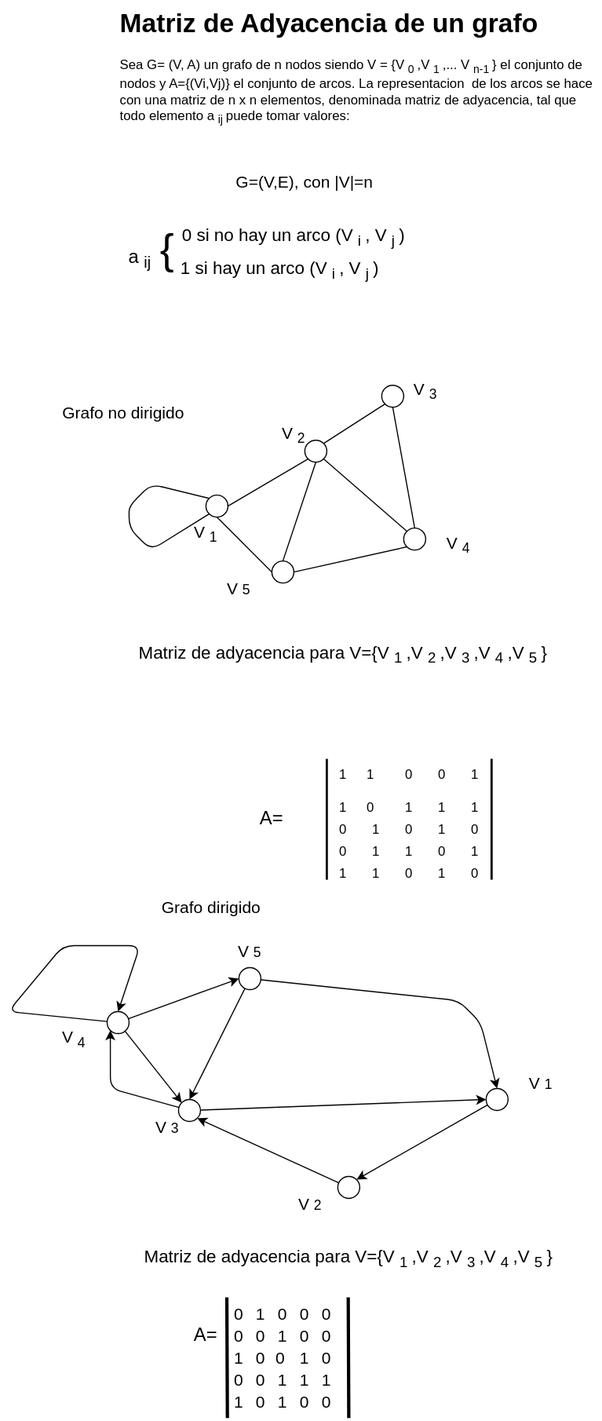
The draw.io diagram Estructura-de-datos/Grafos/Matriz-Adyacencia.drawio.svg in Nordcode-cyber/Algoritmos-Estructdatos, before a commit. Source tidied: cells renumbered, new cells last; positions are measured from the earlier drawing's top-left corner, leaving out a move shared by most shapes.
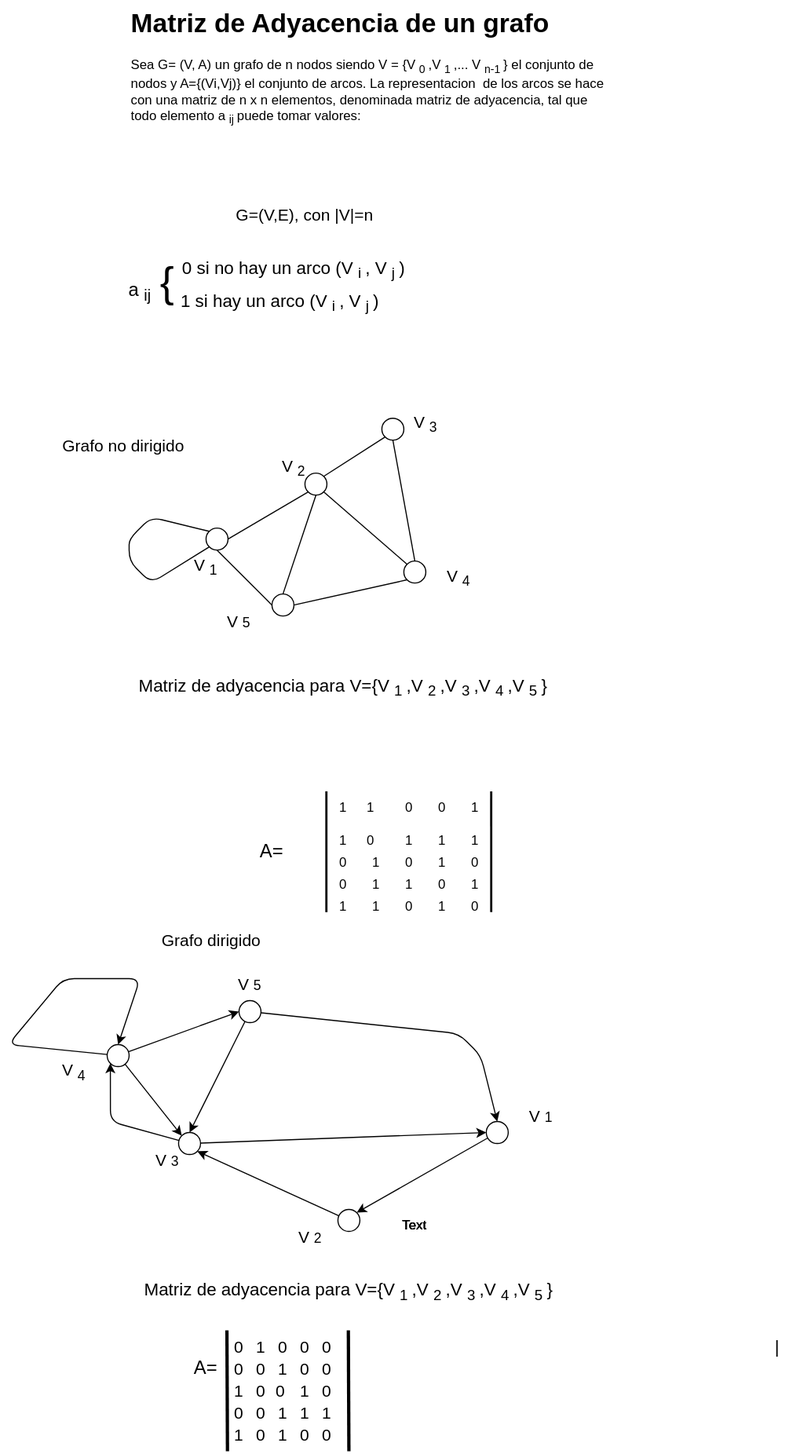
After the change.

The edit, as a diff of the source:
```diff
@@ -3,7 +3,7 @@
     <mxCell id="0" />
     <mxCell id="1" parent="0" />
     <mxCell id="2" value="&lt;h1 style=&quot;margin-top: 0px;&quot;&gt;&lt;font style=&quot;color: light-dark(rgb(0, 0, 0), rgb(0, 255, 128));&quot;&gt;Matriz de Adyacencia de un grafo&lt;/font&gt;&lt;/h1&gt;&lt;p&gt;&lt;font style=&quot;color: light-dark(rgb(0, 0, 0), rgb(0, 255, 128));&quot;&gt;Sea G= (V, A) un grafo de n nodos siendo V = {V&lt;sub&gt;0&lt;/sub&gt;,V&lt;sub&gt;1&lt;/sub&gt;,... V&lt;sub&gt;n-1&lt;/sub&gt;} el conjunto de nodos y A={(Vi,Vj)} el conjunto de arcos. La representacion&amp;nbsp; de los arcos se hace con una matriz de n x n elementos, denominada matriz de adyacencia, tal que todo elemento a&lt;sub style=&quot;&quot;&gt;ij&lt;/sub&gt; puede tomar valores:&lt;/font&gt;&lt;/p&gt;" style="text;html=1;whiteSpace=wrap;overflow=hidden;rounded=0;" parent="1" vertex="1">
-      <mxGeometry x="100" width="440" height="120" as="geometry" />
+      <mxGeometry x="110" y="-30" width="440" height="120" as="geometry" />
     </mxCell>
     <mxCell id="3" value="&lt;font style=&quot;font-size: 17px; color: light-dark(rgb(0, 0, 0), rgb(255, 0, 0));&quot;&gt;&lt;font style=&quot;&quot;&gt;a&lt;/font&gt;&lt;font style=&quot;&quot;&gt;&lt;sub style=&quot;&quot;&gt;ij&lt;/sub&gt;&lt;/font&gt;&lt;/font&gt;" style="text;html=1;align=center;verticalAlign=middle;whiteSpace=wrap;rounded=0;" parent="1" vertex="1">
       <mxGeometry x="90" y="220" width="60" height="30" as="geometry" />
@@ -345,5 +345,20 @@
         <mxPoint x="199" y="1180" as="targetPoint" />
       </mxGeometry>
     </mxCell>
+    <mxCell id="105" value="Text" style="text;html=1;whiteSpace=wrap;strokeColor=none;fillColor=none;align=center;verticalAlign=middle;rounded=0;" parent="1" vertex="1">
+      <mxGeometry x="340" y="1070" width="60" height="30" as="geometry" />
+    </mxCell>
+    <mxCell id="106" value="Text" style="text;html=1;whiteSpace=wrap;strokeColor=none;fillColor=none;align=center;verticalAlign=middle;rounded=0;" parent="1" vertex="1">
+      <mxGeometry x="340" y="1070" width="60" height="30" as="geometry" />
+    </mxCell>
+    <mxCell id="107" value="Text" style="text;html=1;whiteSpace=wrap;strokeColor=none;fillColor=none;align=center;verticalAlign=middle;rounded=0;" parent="1" vertex="1">
+      <mxGeometry x="340" y="1070" width="60" height="30" as="geometry" />
+    </mxCell>
+    <mxCell id="108" value="Text" style="text;html=1;whiteSpace=wrap;strokeColor=none;fillColor=none;align=center;verticalAlign=middle;rounded=0;" parent="1" vertex="1">
+      <mxGeometry x="340" y="1070" width="60" height="30" as="geometry" />
+    </mxCell>
+    <mxCell id="109" value="&lt;font style=&quot;font-size: 16px; color: light-dark(rgb(0, 0, 0), rgb(255, 51, 51));&quot;&gt;|&lt;/font&gt;" style="text;html=1;whiteSpace=wrap;strokeColor=none;fillColor=none;align=center;verticalAlign=middle;rounded=0;" parent="1" vertex="1">
+      <mxGeometry x="670" y="1180" width="60" height="30" as="geometry" />
+    </mxCell>
   </root>
 </mxGraphModel>
```
